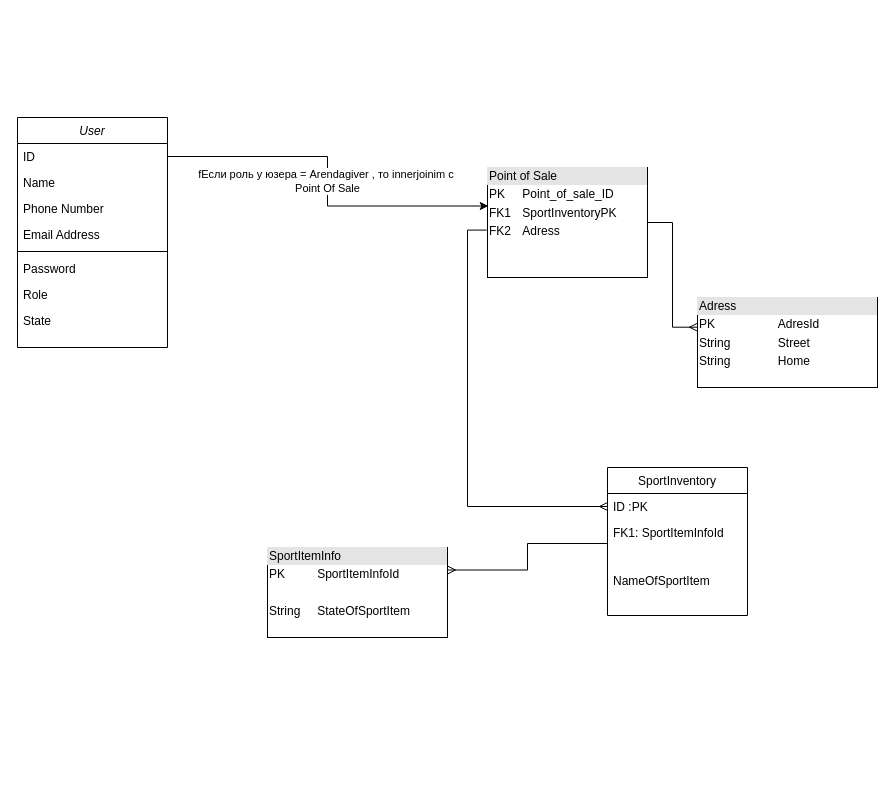
Earlier version of the draw.io diagram Untitled Diagram.drawio (LegendaryZer0/yanaosharing). Source tidied: cells renumbered, new cells numbered last; positions are measured from the earlier drawing's top-left corner, leaving out a move shared by most shapes. Both pictures are drawn from the tidied source at 100%, with x=0, y=0 at pixel (17, 117).
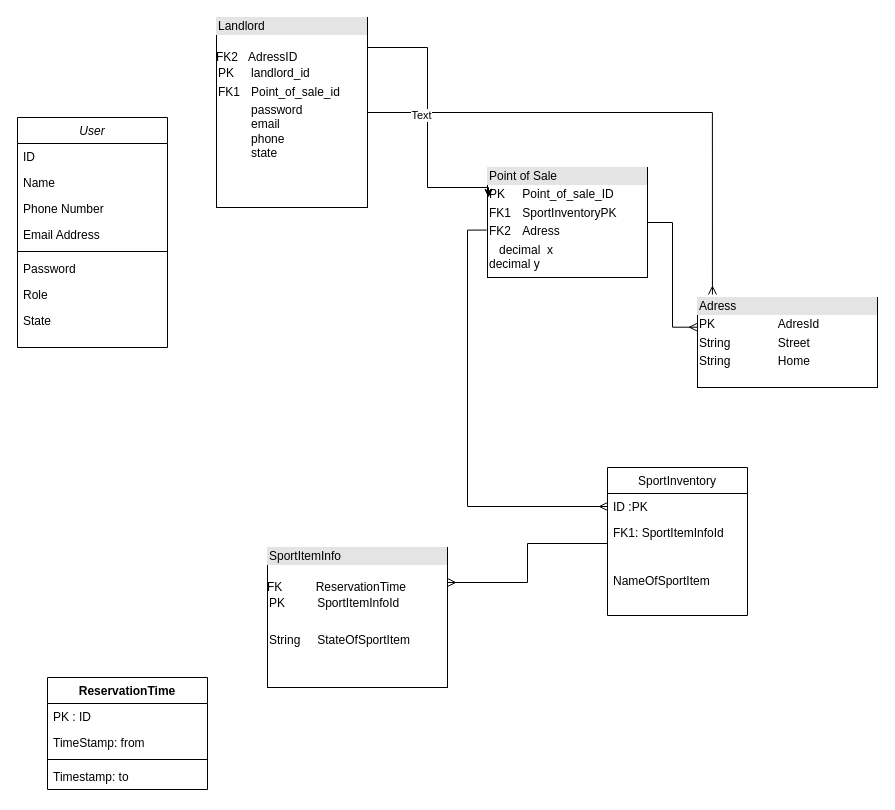
After the change.

Unchanged cells that the change refers to:
```xml
<mxCell id="3" value="ID&#10;" style="text;align=left;verticalAlign=top;spacingLeft=4;spacingRight=4;overflow=hidden;points=[[0,0.5],[1,0.5]];portConstraint=eastwest;" parent="2" vertex="1">
  <mxGeometry y="26" width="150" height="26" as="geometry" />
</mxCell>
```

What changed in the source:
```diff
@@
-    <mxCell id="17" value="&lt;div style=&quot;box-sizing: border-box ; width: 100% ; background: #e4e4e4 ; padding: 2px&quot;&gt;Point of Sale&lt;br&gt;&lt;/div&gt;&lt;table style=&quot;width: 100% ; font-size: 1em&quot; cellpadding=&quot;2&quot; cellspacing=&quot;0&quot;&gt;&lt;tbody&gt;&lt;tr&gt;&lt;td&gt;PK&lt;/td&gt;&lt;td&gt;Point_of_sale_ID&amp;nbsp;&lt;br&gt;&lt;/td&gt;&lt;/tr&gt;&lt;tr&gt;&lt;td&gt;FK1&lt;/td&gt;&lt;td&gt;SportInventoryPK&lt;br&gt;&lt;/td&gt;&lt;/tr&gt;&lt;tr&gt;&lt;td&gt;FK2&lt;/td&gt;&lt;td&gt;Adress&lt;br&gt;&lt;/td&gt;&lt;/tr&gt;&lt;/tbody&gt;&lt;/table&gt;&lt;table cellpadding=&quot;2&quot; cellspacing=&quot;0&quot; style=&quot;font-size: 1em ; width: 160px&quot;&gt;&lt;tbody&gt;&lt;tr&gt;&lt;td&gt;&amp;nbsp; &amp;nbsp;&lt;/td&gt;&lt;td&gt;&lt;br&gt;&lt;/td&gt;&lt;/tr&gt;&lt;/tbody&gt;&lt;/table&gt;" style="verticalAlign=top;align=left;overflow=fill;html=1;" parent="1" vertex="1">
+    <mxCell id="17" value="&lt;div style=&quot;box-sizing: border-box ; width: 100% ; background: #e4e4e4 ; padding: 2px&quot;&gt;&lt;font color=&quot;#000000&quot;&gt;Point of Sale&lt;/font&gt;&lt;br&gt;&lt;/div&gt;&lt;table style=&quot;width: 100% ; font-size: 1em&quot; cellpadding=&quot;2&quot; cellspacing=&quot;0&quot;&gt;&lt;tbody&gt;&lt;tr&gt;&lt;td&gt;PK&lt;/td&gt;&lt;td&gt;Point_of_sale_ID&amp;nbsp;&lt;br&gt;&lt;/td&gt;&lt;/tr&gt;&lt;tr&gt;&lt;td&gt;FK1&lt;/td&gt;&lt;td&gt;SportInventoryPK&lt;br&gt;&lt;/td&gt;&lt;/tr&gt;&lt;tr&gt;&lt;td&gt;FK2&lt;/td&gt;&lt;td&gt;Adress&lt;br&gt;&lt;/td&gt;&lt;/tr&gt;&lt;/tbody&gt;&lt;/table&gt;&lt;table cellpadding=&quot;2&quot; cellspacing=&quot;0&quot; style=&quot;font-size: 1em ; width: 160px&quot;&gt;&lt;tbody&gt;&lt;tr&gt;&lt;td&gt;&amp;nbsp; &amp;nbsp;decimal&amp;nbsp; x&lt;br&gt;decimal y&lt;br&gt;&lt;br&gt;&lt;/td&gt;&lt;td&gt;&lt;br&gt;&lt;/td&gt;&lt;/tr&gt;&lt;/tbody&gt;&lt;/table&gt;" style="verticalAlign=top;align=left;overflow=fill;html=1;" parent="1" vertex="1">
       <mxGeometry x="470" y="50" width="160" height="110" as="geometry" />
     </mxCell>
-    <mxCell id="18" value="&lt;div style=&quot;box-sizing: border-box ; width: 100% ; background: #e4e4e4 ; padding: 2px&quot;&gt;SportItemInfo&lt;/div&gt;&lt;table style=&quot;width: 100% ; font-size: 1em&quot; cellpadding=&quot;2&quot; cellspacing=&quot;0&quot;&gt;&lt;tbody&gt;&lt;tr&gt;&lt;td&gt;PK&lt;/td&gt;&lt;td&gt;SportItemInfoId&lt;/td&gt;&lt;/tr&gt;&lt;tr&gt;&lt;td&gt;&lt;br&gt;&lt;/td&gt;&lt;td&gt;&lt;br&gt;&lt;/td&gt;&lt;/tr&gt;&lt;tr&gt;&lt;td&gt;String&lt;br&gt;&lt;br&gt;&lt;/td&gt;&lt;td&gt;StateOfSportItem&lt;br&gt;&lt;br&gt;&lt;/td&gt;&lt;/tr&gt;&lt;/tbody&gt;&lt;/table&gt;" style="verticalAlign=top;align=left;overflow=fill;html=1;" parent="1" vertex="1">
-      <mxGeometry x="250" y="430" width="180" height="90" as="geometry" />
+    <mxCell id="18" value="&lt;div style=&quot;box-sizing: border-box ; width: 100% ; background: #e4e4e4 ; padding: 2px&quot;&gt;&lt;font color=&quot;#000000&quot;&gt;SportItemInfo&lt;/font&gt;&lt;/div&gt;&lt;br&gt;FK&amp;nbsp; &amp;nbsp; &amp;nbsp; &amp;nbsp; &amp;nbsp; ReservationTime&lt;table style=&quot;width: 100% ; font-size: 1em&quot; cellpadding=&quot;2&quot; cellspacing=&quot;0&quot;&gt;&lt;tbody&gt;&lt;tr&gt;&lt;td&gt;PK&lt;/td&gt;&lt;td&gt;SportItemInfoId&lt;/td&gt;&lt;/tr&gt;&lt;tr&gt;&lt;td&gt;&lt;br&gt;&lt;/td&gt;&lt;td&gt;&lt;br&gt;&lt;/td&gt;&lt;/tr&gt;&lt;tr&gt;&lt;td&gt;String&lt;br&gt;&lt;br&gt;&lt;/td&gt;&lt;td&gt;StateOfSportItem&lt;br&gt;&lt;br&gt;&lt;/td&gt;&lt;/tr&gt;&lt;/tbody&gt;&lt;/table&gt;" style="verticalAlign=top;align=left;overflow=fill;html=1;" parent="1" vertex="1">
+      <mxGeometry x="250" y="430" width="180" height="140" as="geometry" />
     </mxCell>
@@
-    <mxCell id="20" value="&lt;div style=&quot;box-sizing: border-box ; width: 100% ; background: #e4e4e4 ; padding: 2px&quot;&gt;Adress&lt;/div&gt;&lt;table style=&quot;width: 100% ; font-size: 1em&quot; cellpadding=&quot;2&quot; cellspacing=&quot;0&quot;&gt;&lt;tbody&gt;&lt;tr&gt;&lt;td&gt;PK&lt;/td&gt;&lt;td&gt;AdresId&lt;/td&gt;&lt;/tr&gt;&lt;tr&gt;&lt;td&gt;String&lt;/td&gt;&lt;td&gt;Street&lt;/td&gt;&lt;/tr&gt;&lt;tr&gt;&lt;td&gt;String&lt;/td&gt;&lt;td&gt;Home&lt;/td&gt;&lt;/tr&gt;&lt;/tbody&gt;&lt;/table&gt;" style="verticalAlign=top;align=left;overflow=fill;html=1;" parent="1" vertex="1">
+    <mxCell id="20" value="&lt;div style=&quot;box-sizing: border-box ; width: 100% ; background: #e4e4e4 ; padding: 2px&quot;&gt;&lt;font color=&quot;#000000&quot;&gt;Adress&lt;/font&gt;&lt;/div&gt;&lt;table style=&quot;width: 100% ; font-size: 1em&quot; cellpadding=&quot;2&quot; cellspacing=&quot;0&quot;&gt;&lt;tbody&gt;&lt;tr&gt;&lt;td&gt;PK&lt;/td&gt;&lt;td&gt;AdresId&lt;/td&gt;&lt;/tr&gt;&lt;tr&gt;&lt;td&gt;String&lt;/td&gt;&lt;td&gt;Street&lt;/td&gt;&lt;/tr&gt;&lt;tr&gt;&lt;td&gt;String&lt;/td&gt;&lt;td&gt;Home&lt;/td&gt;&lt;/tr&gt;&lt;/tbody&gt;&lt;/table&gt;" style="verticalAlign=top;align=left;overflow=fill;html=1;" parent="1" vertex="1">
       <mxGeometry x="680" y="180" width="180" height="90" as="geometry" />
     </mxCell>
-    <mxCell id="21" value="fЕсли роль у юзера = Arendagiver , то innerjoinim с&amp;nbsp;&lt;br&gt;Point Of Sale" style="edgeStyle=orthogonalEdgeStyle;rounded=0;jettySize=auto;html=1;entryX=0.005;entryY=0.35;entryDx=0;entryDy=0;entryPerimeter=0;endArrow=classic;endFill=1;fontStyle=0;" parent="1" edge="1" source="3" target="17">
-      <mxGeometry relative="1" as="geometry" />
+    <mxCell id="21" style="edgeStyle=orthogonalEdgeStyle;rounded=0;jettySize=auto;html=1;endArrow=classic;endFill=1;fontStyle=0;exitX=1;exitY=0.25;exitDx=0;exitDy=0;" parent="1" edge="1" source="24">
+      <mxGeometry relative="1" as="geometry">
+        <mxPoint x="471" y="80" as="targetPoint" />
+        <Array as="points">
+          <mxPoint x="350" y="-70" />
+          <mxPoint x="410" y="-70" />
+          <mxPoint x="410" y="70" />
+          <mxPoint x="471" y="70" />
+        </Array>
+      </mxGeometry>
     </mxCell>
+    <mxCell id="22" style="edgeStyle=orthogonalEdgeStyle;rounded=0;jettySize=auto;html=1;entryX=0.083;entryY=-0.033;entryDx=0;entryDy=0;entryPerimeter=0;endArrow=ERmany;endFill=0;" parent="1" edge="1" source="24" target="20">
+      <mxGeometry relative="1" as="geometry" />
+    </mxCell>
+    <mxCell id="23" value="Text" style="edgeLabel;html=1;align=center;verticalAlign=middle;" parent="22" vertex="1">
+      <mxGeometry x="-0.8" y="-2" relative="1" as="geometry" />
+    </mxCell>
+    <mxCell id="24" value="&lt;div style=&quot;box-sizing: border-box ; width: 100% ; background: #e4e4e4 ; padding: 2px&quot;&gt;&lt;font color=&quot;#000000&quot;&gt;Landlord&lt;/font&gt;&lt;/div&gt;&lt;br&gt;FK2&amp;nbsp; &amp;nbsp;AdressID&lt;table style=&quot;width: 100% ; font-size: 1em&quot; cellpadding=&quot;2&quot; cellspacing=&quot;0&quot;&gt;&lt;tbody&gt;&lt;tr&gt;&lt;td&gt;PK&lt;/td&gt;&lt;td&gt;landlord_id&lt;/td&gt;&lt;/tr&gt;&lt;tr&gt;&lt;td&gt;FK1&lt;/td&gt;&lt;td&gt;Point_of_sale_id&lt;br&gt;&lt;/td&gt;&lt;/tr&gt;&lt;tr&gt;&lt;td&gt;&lt;/td&gt;&lt;td&gt;password&lt;br&gt;email&lt;br&gt;phone&lt;br&gt;state&lt;br&gt;&lt;br&gt;&lt;/td&gt;&lt;/tr&gt;&lt;/tbody&gt;&lt;/table&gt;" style="verticalAlign=top;align=left;overflow=fill;html=1;" parent="1" vertex="1">
+      <mxGeometry x="199" y="-100" width="151" height="190" as="geometry" />
+    </mxCell>
+    <mxCell id="25" value="ReservationTime" style="swimlane;fontStyle=1;align=center;verticalAlign=top;horizontal=1;startSize=26;" parent="1" vertex="1">
+      <mxGeometry x="30" y="560" width="160" height="112" as="geometry" />
+    </mxCell>
+    <mxCell id="26" value="PK : ID" style="text;strokeColor=none;fillColor=none;align=left;verticalAlign=top;spacingLeft=4;spacingRight=4;overflow=hidden;" parent="25" vertex="1">
+      <mxGeometry y="26" width="160" height="26" as="geometry" />
+    </mxCell>
+    <mxCell id="27" value="TimeStamp: from" style="text;strokeColor=none;fillColor=none;align=left;verticalAlign=top;spacingLeft=4;spacingRight=4;overflow=hidden;" parent="25" vertex="1">
+      <mxGeometry y="52" width="160" height="26" as="geometry" />
+    </mxCell>
+    <mxCell id="28" style="line;strokeWidth=1;fillColor=none;align=left;verticalAlign=middle;spacingTop=-1;spacingLeft=3;spacingRight=3;labelPosition=right;" parent="25" vertex="1">
+      <mxGeometry y="78" width="160" height="8" as="geometry" />
+    </mxCell>
+    <mxCell id="29" value="Timestamp: to" style="text;strokeColor=none;fillColor=none;align=left;verticalAlign=top;spacingLeft=4;spacingRight=4;overflow=hidden;" parent="25" vertex="1">
+      <mxGeometry y="86" width="160" height="26" as="geometry" />
+    </mxCell>
```
